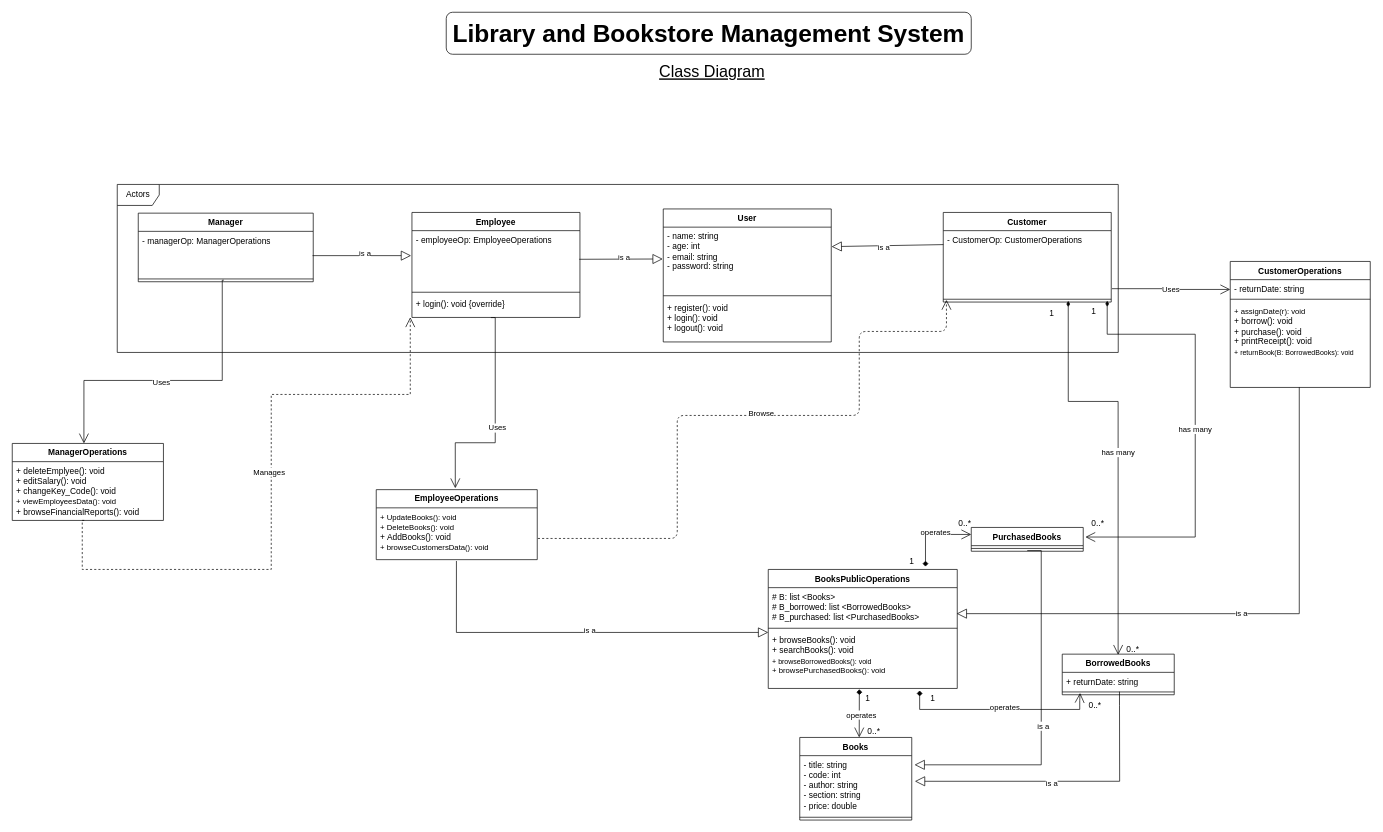
This is assets/UML (LBMS)5.drawio from Reda-Alqatifi/SWE-Project, a draw.io file, before an edit. Source tidied: cells renumbered, new cells numbered last; positions are measured from the earlier drawing's top-left corner, leaving out a move shared by most shapes. Both pictures are drawn from the tidied source at 70%, with x=0, y=0 at pixel (12, 12).
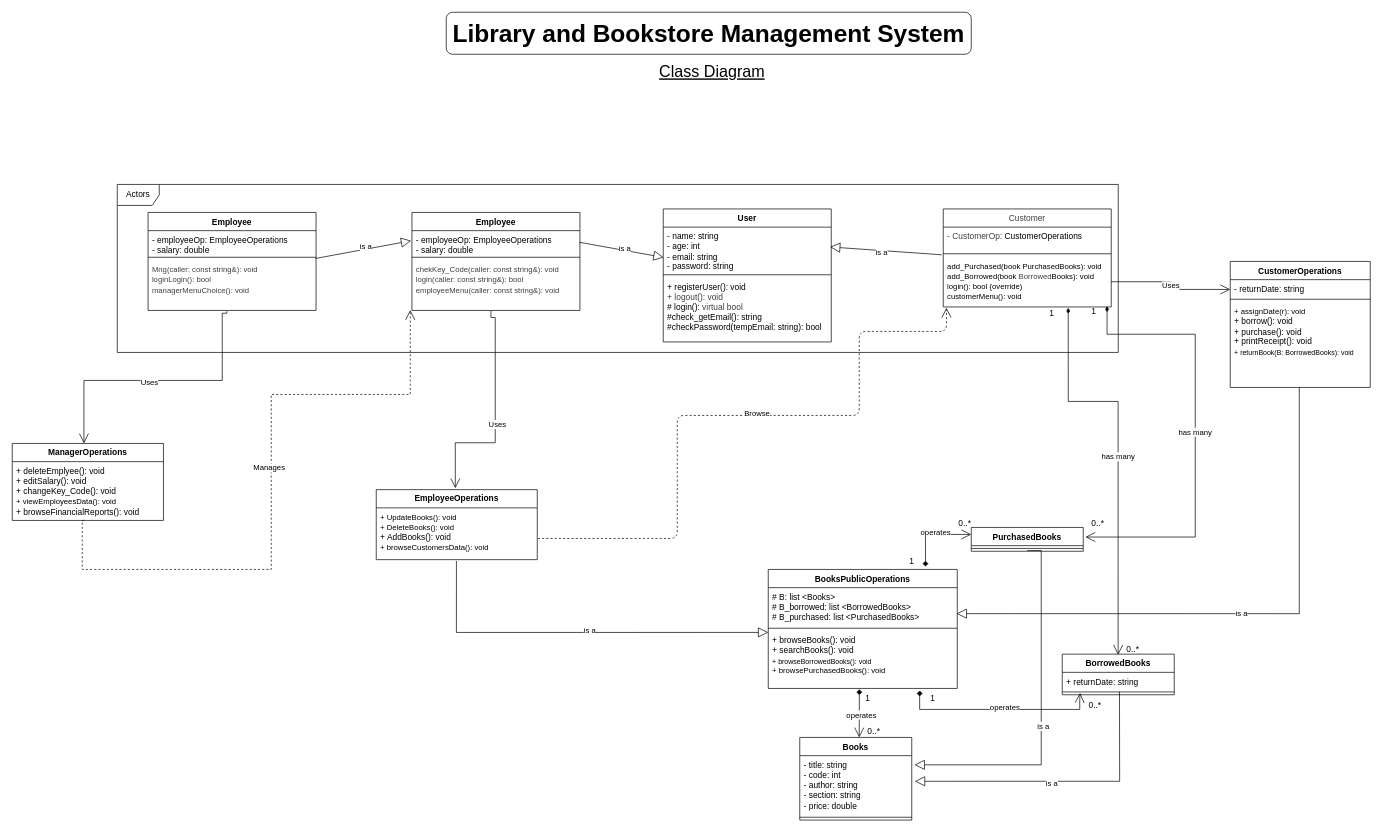
After the change.

Unchanged cells that the change refers to:
```xml
<mxCell id="4" value="User" style="swimlane;fontStyle=1;align=center;verticalAlign=top;horizontal=1;startSize=26;whiteSpace=wrap;html=1;" parent="1" vertex="1">
  <mxGeometry x="930" y="281" width="240" height="190" as="geometry" />
</mxCell>
<mxCell id="14" value="&lt;div&gt;&lt;font style=&quot;font-size: 11px;&quot;&gt;+ UpdateBooks(): void&lt;/font&gt;&lt;/div&gt;&lt;font style=&quot;font-size: 11px;&quot;&gt;+ DeleteBooks(): void&lt;/font&gt;&lt;div&gt;&lt;font style=&quot;font-size: 11px;&quot;&gt;&lt;span style=&quot;font-size: 12px;&quot;&gt;+ AddBooks(): void&lt;/span&gt;&lt;/font&gt;&lt;/div&gt;&lt;div&gt;&lt;font style=&quot;&quot;&gt;&lt;font style=&quot;font-size: 11px;&quot;&gt;+ browseCustomersData(): void&lt;/font&gt;&lt;span style=&quot;font-size: 12px;&quot;&gt;&lt;/span&gt;&lt;/font&gt;&lt;/div&gt;" style="text;strokeColor=none;fillColor=none;align=left;verticalAlign=top;spacingLeft=4;spacingRight=4;overflow=hidden;points=[[0,0.5],[1,0.5]];portConstraint=eastwest;whiteSpace=wrap;html=1;" parent="13" vertex="1">
  <mxGeometry y="26" width="230" height="74" as="geometry" />
</mxCell>
<mxCell id="24" value="&lt;span style=&quot;font-weight: 700;&quot;&gt;ManagerOperations&lt;/span&gt;" style="swimlane;fontStyle=0;horizontal=1;startSize=26;fillColor=none;whiteSpace=wrap;html=1;" parent="1" vertex="1">
  <mxGeometry y="616" width="216" height="110" as="geometry" />
</mxCell>
<mxCell id="28" value="PurchasedBooks" style="swimlane;fontStyle=1;align=center;verticalAlign=top;horizontal=1;startSize=26;whiteSpace=wrap;html=1;" parent="1" vertex="1">
  <mxGeometry x="1370" y="736" width="160" height="34" as="geometry" />
</mxCell>
<mxCell id="30" value="BorrowedBooks" style="swimlane;fontStyle=1;align=center;verticalAlign=top;horizontal=1;startSize=26;whiteSpace=wrap;html=1;" parent="1" vertex="1">
  <mxGeometry x="1500" y="917" width="160" height="58" as="geometry" />
</mxCell>
<mxCell id="40" value="- returnDate: string" style="text;strokeColor=none;fillColor=none;align=left;verticalAlign=top;spacingLeft=4;spacingRight=4;overflow=hidden;points=[[0,0.5],[1,0.5]];portConstraint=eastwest;whiteSpace=wrap;html=1;" parent="39" vertex="1">
  <mxGeometry y="26" width="200" height="24" as="geometry" />
</mxCell>
```

The edit, as a diff of the source:
```diff
@@
-<mxGraphModel>
+<mxGraphModel background="#FFFFFF">
@@
     <mxCell id="5" value="- name: string&lt;br&gt;&lt;div&gt;- age: int&lt;/div&gt;&lt;div&gt;- email: string&lt;/div&gt;&lt;div&gt;&lt;span style=&quot;background-color: transparent; color: light-dark(rgb(0, 0, 0), rgb(255, 255, 255));&quot;&gt;-&lt;/span&gt;&amp;nbsp;password: string&lt;/div&gt;" style="text;strokeColor=none;fillColor=none;align=left;verticalAlign=top;spacingLeft=4;spacingRight=4;overflow=hidden;points=[[0,0.5],[1,0.5]];portConstraint=eastwest;whiteSpace=wrap;html=1;" parent="4" vertex="1">
-      <mxGeometry y="26" width="240" height="94" as="geometry" />
+      <mxGeometry y="26" width="240" height="64" as="geometry" />
     </mxCell>
     <mxCell id="6" style="line;strokeWidth=1;fillColor=none;align=left;verticalAlign=middle;spacingTop=-1;spacingLeft=3;spacingRight=3;labelPosition=right;strokeColor=inherit;" parent="4" vertex="1">
-      <mxGeometry y="120" width="240" height="8" as="geometry" />
+      <mxGeometry y="90" width="240" height="8" as="geometry" />
     </mxCell>
-    <mxCell id="7" value="+ register(): void&lt;div&gt;+ login(): void&lt;/div&gt;&lt;div&gt;+ logout(): void&lt;/div&gt;" style="text;strokeColor=none;fillColor=none;align=left;verticalAlign=top;spacingLeft=4;spacingRight=4;overflow=hidden;whiteSpace=wrap;html=1;" parent="4" vertex="1">
-      <mxGeometry y="128" width="240" height="62" as="geometry" />
+    <mxCell id="7" value="+ registerUser(): void&lt;div&gt;&lt;span style=&quot;color: rgb(63, 63, 63);&quot;&gt;+ logout(): void&lt;/span&gt;&lt;/div&gt;&lt;div&gt;# login():&amp;nbsp;&lt;span style=&quot;color: rgb(63, 63, 63); background-color: transparent;&quot;&gt;virtual&lt;/span&gt;&lt;span style=&quot;color: rgb(63, 63, 63); background-color: transparent;&quot;&gt;&amp;nbsp;&lt;/span&gt;&lt;span style=&quot;color: rgb(63, 63, 63); background-color: transparent;&quot;&gt;bool&lt;/span&gt;&lt;/div&gt;&lt;div&gt;#check_getEmail(): string&lt;/div&gt;&lt;div&gt;#checkPassword(tempEmail: string): bool&lt;/div&gt;" style="text;strokeColor=none;fillColor=none;align=left;verticalAlign=top;spacingLeft=4;spacingRight=4;overflow=hidden;whiteSpace=wrap;html=1;" parent="4" vertex="1">
+      <mxGeometry y="98" width="240" height="92" as="geometry" />
     </mxCell>
     <mxCell id="8" value="Employee" style="swimlane;fontStyle=1;align=center;verticalAlign=top;horizontal=1;startSize=26;whiteSpace=wrap;html=1;" parent="1" vertex="1">
-      <mxGeometry x="571" y="286" width="240" height="150" as="geometry" />
+      <mxGeometry x="571" y="286" width="240" height="140" as="geometry" />
     </mxCell>
-    <mxCell id="9" value="&lt;div&gt;&lt;span style=&quot;background-color: transparent; color: light-dark(rgb(0, 0, 0), rgb(255, 255, 255));&quot;&gt;- employeeOp:&amp;nbsp;&lt;/span&gt;&lt;span style=&quot;background-color: transparent; color: light-dark(rgb(0, 0, 0), rgb(255, 255, 255)); text-align: center;&quot;&gt;EmployeeOperations&lt;/span&gt;&lt;/div&gt;" style="text;strokeColor=none;fillColor=none;align=left;verticalAlign=top;spacingLeft=4;spacingRight=4;overflow=hidden;points=[[0,0.5],[1,0.5]];portConstraint=eastwest;whiteSpace=wrap;html=1;" parent="8" vertex="1">
-      <mxGeometry y="26" width="240" height="84" as="geometry" />
+    <mxCell id="9" value="&lt;div&gt;&lt;span style=&quot;background-color: transparent; color: light-dark(rgb(0, 0, 0), rgb(255, 255, 255));&quot;&gt;- employeeOp:&amp;nbsp;&lt;/span&gt;&lt;span style=&quot;background-color: transparent; color: light-dark(rgb(0, 0, 0), rgb(255, 255, 255)); text-align: center;&quot;&gt;EmployeeOperations&lt;/span&gt;&lt;/div&gt;&lt;div&gt;&lt;span style=&quot;background-color: transparent; color: light-dark(rgb(0, 0, 0), rgb(255, 255, 255)); text-align: center;&quot;&gt;- salary: double&lt;/span&gt;&lt;/div&gt;" style="text;strokeColor=none;fillColor=none;align=left;verticalAlign=top;spacingLeft=4;spacingRight=4;overflow=hidden;points=[[0,0.5],[1,0.5]];portConstraint=eastwest;whiteSpace=wrap;html=1;" parent="8" vertex="1">
+      <mxGeometry y="26" width="240" height="34" as="geometry" />
     </mxCell>
     <mxCell id="10" style="line;strokeWidth=1;fillColor=none;align=left;verticalAlign=middle;spacingTop=-1;spacingLeft=3;spacingRight=3;labelPosition=right;strokeColor=inherit;" parent="8" vertex="1">
-      <mxGeometry y="110" width="240" height="8" as="geometry" />
+      <mxGeometry y="60" width="240" height="8" as="geometry" />
     </mxCell>
-    <mxCell id="11" value="&lt;div&gt;+ login(): void {override}&lt;/div&gt;" style="text;strokeColor=none;fillColor=none;align=left;verticalAlign=top;spacingLeft=4;spacingRight=4;overflow=hidden;points=[[0,0.5],[1,0.5]];portConstraint=eastwest;whiteSpace=wrap;html=1;" parent="8" vertex="1">
-      <mxGeometry y="118" width="240" height="32" as="geometry" />
+    <mxCell id="11" value="&lt;div style=&quot;color: rgb(63, 63, 63); scrollbar-color: rgb(226, 226, 226) rgb(251, 251, 251);&quot;&gt;&lt;font style=&quot;color: rgb(63, 63, 63); scrollbar-color: rgb(226, 226, 226) rgb(251, 251, 251); font-size: 11px;&quot;&gt;chekKey_Code(caller: const string&amp;amp;): void&lt;/font&gt;&lt;/div&gt;&lt;div style=&quot;color: rgb(63, 63, 63); scrollbar-color: rgb(226, 226, 226) rgb(251, 251, 251);&quot;&gt;&lt;font style=&quot;color: rgb(63, 63, 63); scrollbar-color: rgb(226, 226, 226) rgb(251, 251, 251); font-size: 11px;&quot;&gt;login(&lt;/font&gt;&lt;span style=&quot;color: rgb(63, 63, 63); font-size: 11px; background-color: transparent;&quot;&gt;caller: const string&amp;amp;&lt;/span&gt;&lt;span style=&quot;font-size: 11px; background-color: transparent;&quot;&gt;): bool&lt;/span&gt;&lt;/div&gt;&lt;div style=&quot;color: rgb(63, 63, 63); scrollbar-color: rgb(226, 226, 226) rgb(251, 251, 251);&quot;&gt;&lt;font style=&quot;color: rgb(63, 63, 63); scrollbar-color: rgb(226, 226, 226) rgb(251, 251, 251); font-size: 11px;&quot;&gt;employeeMenu(&lt;/font&gt;&lt;span style=&quot;color: rgb(63, 63, 63); font-size: 11px; background-color: transparent;&quot;&gt;caller: const string&amp;amp;&lt;/span&gt;&lt;span style=&quot;font-size: 11px; background-color: transparent;&quot;&gt;): void&lt;/span&gt;&lt;/div&gt;" style="text;strokeColor=none;fillColor=none;align=left;verticalAlign=top;spacingLeft=4;spacingRight=4;overflow=hidden;points=[[0,0.5],[1,0.5]];portConstraint=eastwest;whiteSpace=wrap;html=1;" parent="8" vertex="1">
+      <mxGeometry y="68" width="240" height="72" as="geometry" />
     </mxCell>
-    <mxCell id="12" value="is a" style="endArrow=block;endSize=12;html=1;rounded=0;exitX=0.996;exitY=0.487;exitDx=0;exitDy=0;exitPerimeter=0;endFill=0;entryX=-0.003;entryY=0.484;entryDx=0;entryDy=0;entryPerimeter=0;" parent="1" edge="1" source="9" target="5">
+    <mxCell id="12" value="is a" style="endArrow=block;endSize=12;html=1;rounded=0;exitX=0.996;exitY=0.487;exitDx=0;exitDy=0;exitPerimeter=0;endFill=0;entryX=0.002;entryY=0.676;entryDx=0;entryDy=0;entryPerimeter=0;" parent="1" edge="1" source="9" target="5">
       <mxGeometry x="0.07" y="3" relative="1" as="geometry" />
     </mxCell>
@@
-    <mxCell id="15" value="is a" style="endArrow=block;endSize=12;html=1;rounded=0;exitX=0.996;exitY=0.542;exitDx=0;exitDy=0;exitPerimeter=0;endFill=0;entryX=-0.005;entryY=0.425;entryDx=0;entryDy=0;entryPerimeter=0;" parent="1" edge="1" source="22" target="9">
+    <mxCell id="15" value="is a" style="endArrow=block;endSize=12;html=1;rounded=0;exitX=0.997;exitY=0.715;exitDx=0;exitDy=0;exitPerimeter=0;endFill=0;entryX=-0.005;entryY=0.425;entryDx=0;entryDy=0;entryPerimeter=0;" parent="1" edge="1" source="70" target="9">
       <mxGeometry x="0.07" y="3" relative="1" as="geometry" />
     </mxCell>
@@
-    <mxCell id="17" value="Customer" style="swimlane;fontStyle=1;align=center;verticalAlign=top;horizontal=1;startSize=26;whiteSpace=wrap;html=1;" parent="1" vertex="1">
-      <mxGeometry x="1330" y="286" width="240" height="128" as="geometry" />
-    </mxCell>
-    <mxCell id="18" value="&lt;div&gt;- CustomerOp:&amp;nbsp;&lt;span style=&quot;text-align: center; background-color: transparent; color: light-dark(rgb(0, 0, 0), rgb(255, 255, 255));&quot;&gt;CustomerOperations&lt;/span&gt;&lt;/div&gt;" style="text;strokeColor=none;fillColor=none;align=left;verticalAlign=top;spacingLeft=4;spacingRight=4;overflow=hidden;points=[[0,0.5],[1,0.5]];portConstraint=eastwest;whiteSpace=wrap;html=1;" parent="17" vertex="1">
-      <mxGeometry y="26" width="240" height="94" as="geometry" />
-    </mxCell>
-    <mxCell id="19" style="line;strokeWidth=1;fillColor=none;align=left;verticalAlign=middle;spacingTop=-1;spacingLeft=3;spacingRight=3;labelPosition=right;points=[];portConstraint=eastwest;strokeColor=inherit;" parent="17" vertex="1">
-      <mxGeometry y="120" width="240" height="8" as="geometry" />
-    </mxCell>
-    <mxCell id="20" value="is a" style="endArrow=block;endSize=12;html=1;rounded=0;exitX=0.001;exitY=0.212;exitDx=0;exitDy=0;exitPerimeter=0;endFill=0;entryX=1.002;entryY=0.296;entryDx=0;entryDy=0;entryPerimeter=0;" parent="1" edge="1" source="18" target="5">
+    <mxCell id="20" value="is a" style="endArrow=block;endSize=12;html=1;rounded=0;exitX=-0.009;exitY=-0.035;exitDx=0;exitDy=0;exitPerimeter=0;endFill=0;entryX=0.993;entryY=0.442;entryDx=0;entryDy=0;entryPerimeter=0;" parent="1" edge="1" source="67" target="5">
       <mxGeometry x="0.07" y="3" relative="1" as="geometry" />
     </mxCell>
-    <mxCell id="21" value="Manager" style="swimlane;fontStyle=1;align=center;verticalAlign=top;horizontal=1;startSize=26;whiteSpace=wrap;html=1;" parent="1" vertex="1">
-      <mxGeometry x="180" y="287" width="250" height="98" as="geometry" />
-    </mxCell>
-    <mxCell id="22" value="- managerOp:&amp;nbsp;&lt;span style=&quot;text-align: center;&quot;&gt;ManagerOperations&lt;/span&gt;" style="text;strokeColor=none;fillColor=none;align=left;verticalAlign=top;spacingLeft=4;spacingRight=4;overflow=hidden;points=[[0,0.5],[1,0.5]];portConstraint=eastwest;whiteSpace=wrap;html=1;" parent="21" vertex="1">
-      <mxGeometry y="26" width="250" height="64" as="geometry" />
-    </mxCell>
-    <mxCell id="23" style="line;strokeWidth=1;fillColor=none;align=left;verticalAlign=middle;spacingTop=-1;spacingLeft=3;spacingRight=3;labelPosition=right;points=[];portConstraint=eastwest;strokeColor=inherit;" parent="21" vertex="1">
-      <mxGeometry y="90" width="250" height="8" as="geometry" />
-    </mxCell>
@@
-    <mxCell id="26" value="Uses" style="endArrow=open;endSize=12;html=1;rounded=0;entryX=0.474;entryY=0;entryDx=0;entryDy=0;entryPerimeter=0;exitX=0.489;exitY=0.722;exitDx=0;exitDy=0;exitPerimeter=0;edgeStyle=orthogonalEdgeStyle;" parent="1" edge="1" source="23" target="24">
+    <mxCell id="26" value="Uses" style="endArrow=open;endSize=12;html=1;rounded=0;entryX=0.474;entryY=0;entryDx=0;entryDy=0;entryPerimeter=0;exitX=0.469;exitY=1.014;exitDx=0;exitDy=0;exitPerimeter=0;edgeStyle=orthogonalEdgeStyle;" parent="1" edge="1" source="71" target="24">
       <mxGeometry x="0.07" y="3" relative="1" as="geometry">
         <Array as="points">
-          <mxPoint x="300" y="383" />
+          <mxPoint x="307" y="430" />
+          <mxPoint x="300" y="430" />
           <mxPoint x="300" y="526" />
           <mxPoint x="102" y="526" />
-          <mxPoint x="102" y="616" />
         </Array>
       </mxGeometry>
     </mxCell>
@@
-    <mxCell id="35" value="Browse" style="endArrow=open;endSize=12;html=1;rounded=1;dashed=1;exitX=1.004;exitY=0.591;exitDx=0;exitDy=0;exitPerimeter=0;edgeStyle=orthogonalEdgeStyle;entryX=0.019;entryY=0.612;entryDx=0;entryDy=0;entryPerimeter=0;" parent="1" edge="1" source="14" target="19">
+    <mxCell id="35" value="Browse" style="endArrow=open;endSize=12;html=1;rounded=1;dashed=1;exitX=1.004;exitY=0.591;exitDx=0;exitDy=0;exitPerimeter=0;edgeStyle=orthogonalEdgeStyle;entryX=0.019;entryY=1.016;entryDx=0;entryDy=0;entryPerimeter=0;" parent="1" edge="1" source="14" target="67">
       <mxGeometry x="0.07" y="3" relative="1" as="geometry">
         <Array as="points">
           <mxPoint x="950" y="752" />
           <mxPoint x="950" y="576" />
           <mxPoint x="1210" y="576" />
           <mxPoint x="1210" y="456" />
           <mxPoint x="1335" y="456" />
         </Array>
       </mxGeometry>
     </mxCell>
@@
-    <mxCell id="37" value="has many" style="endArrow=open;endSize=12;html=1;rounded=0;edgeStyle=orthogonalEdgeStyle;exitX=0.744;exitY=0.797;exitDx=0;exitDy=0;exitPerimeter=0;entryX=0.499;entryY=0.017;entryDx=0;entryDy=0;entryPerimeter=0;startArrow=diamondThin;startFill=1;" parent="1" edge="1" source="19" target="30">
+    <mxCell id="37" value="has many" style="endArrow=open;endSize=12;html=1;rounded=0;edgeStyle=orthogonalEdgeStyle;exitX=0.744;exitY=1.016;exitDx=0;exitDy=0;exitPerimeter=0;entryX=0.499;entryY=0.017;entryDx=0;entryDy=0;entryPerimeter=0;startArrow=diamondThin;startFill=1;" parent="1" edge="1" source="67" target="30">
       <mxGeometry relative="1" as="geometry">
         <Array as="points">
           <mxPoint x="1509" y="556" />
           <mxPoint x="1580" y="556" />
         </Array>
       </mxGeometry>
     </mxCell>
-    <mxCell id="38" value="has many" style="endArrow=open;endSize=12;html=1;rounded=0;edgeStyle=orthogonalEdgeStyle;startArrow=diamondThin;startFill=1;entryX=1.019;entryY=0.403;entryDx=0;entryDy=0;entryPerimeter=0;exitX=0.976;exitY=0.76;exitDx=0;exitDy=0;exitPerimeter=0;" parent="1" edge="1" source="19" target="28">
+    <mxCell id="38" value="has many" style="endArrow=open;endSize=12;html=1;rounded=0;edgeStyle=orthogonalEdgeStyle;startArrow=diamondThin;startFill=1;entryX=1.019;entryY=0.403;entryDx=0;entryDy=0;entryPerimeter=0;exitX=0.975;exitY=0.984;exitDx=0;exitDy=0;exitPerimeter=0;" parent="1" edge="1" source="67" target="28">
       <mxGeometry relative="1" as="geometry">
         <Array as="points">
           <mxPoint x="1564" y="460" />
           <mxPoint x="1690" y="460" />
           <mxPoint x="1690" y="750" />
         </Array>
       </mxGeometry>
     </mxCell>
@@
-    <mxCell id="43" value="Uses" style="endArrow=open;endSize=12;html=1;rounded=0;edgeStyle=orthogonalEdgeStyle;exitX=1.004;exitY=0.882;exitDx=0;exitDy=0;exitPerimeter=0;entryX=0;entryY=0.583;entryDx=0;entryDy=0;entryPerimeter=0;" parent="1" edge="1" source="18" target="40">
+    <mxCell id="43" value="Uses" style="endArrow=open;endSize=12;html=1;rounded=0;edgeStyle=orthogonalEdgeStyle;exitX=0.999;exitY=0.5;exitDx=0;exitDy=0;exitPerimeter=0;entryX=0;entryY=0.583;entryDx=0;entryDy=0;entryPerimeter=0;" parent="1" edge="1" source="67" target="40">
       <mxGeometry relative="1" as="geometry" />
     </mxCell>
@@
+    <mxCell id="17" value="&lt;span style=&quot;color: rgb(63, 63, 63); font-weight: 400;&quot;&gt;Customer&lt;/span&gt;" style="swimlane;fontStyle=1;align=center;verticalAlign=top;horizontal=1;startSize=26;whiteSpace=wrap;html=1;" parent="1" vertex="1">
+      <mxGeometry x="1330" y="281" width="240" height="140" as="geometry" />
+    </mxCell>
+    <mxCell id="18" value="&lt;span style=&quot;color: rgb(63, 63, 63);&quot;&gt;- CustomerOp:&amp;nbsp;&lt;/span&gt;&lt;span style=&quot;scrollbar-color: rgb(226, 226, 226) rgb(251, 251, 251); background-color: transparent; text-align: center;&quot;&gt;CustomerOperations&lt;/span&gt;" style="text;strokeColor=none;fillColor=none;align=left;verticalAlign=top;spacingLeft=4;spacingRight=4;overflow=hidden;points=[[0,0.5],[1,0.5]];portConstraint=eastwest;whiteSpace=wrap;html=1;" parent="17" vertex="1">
+      <mxGeometry y="26" width="240" height="34" as="geometry" />
+    </mxCell>
+    <mxCell id="66" style="line;strokeWidth=1;fillColor=none;align=left;verticalAlign=middle;spacingTop=-1;spacingLeft=3;spacingRight=3;labelPosition=right;strokeColor=inherit;" parent="17" vertex="1">
+      <mxGeometry y="60" width="240" height="8" as="geometry" />
+    </mxCell>
+    <mxCell id="67" value="&lt;div&gt;&lt;font style=&quot;font-size: 11px;&quot;&gt;add_Purchased(book PurchasedBooks): void&lt;/font&gt;&lt;/div&gt;&lt;div&gt;&lt;font style=&quot;font-size: 11px;&quot;&gt;add_Borrowed(book&amp;nbsp;&lt;span style=&quot;color: rgb(63, 63, 63);&quot;&gt;Borrowed&lt;/span&gt;Books): void&lt;br&gt;login(): bool {override)&lt;/font&gt;&lt;/div&gt;&lt;div&gt;&lt;font style=&quot;font-size: 11px;&quot;&gt;customerMenu(): void&lt;/font&gt;&lt;/div&gt;" style="text;strokeColor=none;fillColor=none;align=left;verticalAlign=top;spacingLeft=4;spacingRight=4;overflow=hidden;points=[[0,0.5],[1,0.5]];portConstraint=eastwest;whiteSpace=wrap;html=1;" parent="17" vertex="1">
+      <mxGeometry y="68" width="240" height="72" as="geometry" />
+    </mxCell>
+    <mxCell id="68" value="Employee" style="swimlane;fontStyle=1;align=center;verticalAlign=top;horizontal=1;startSize=26;whiteSpace=wrap;html=1;" parent="1" vertex="1">
+      <mxGeometry x="194" y="286" width="240" height="140" as="geometry" />
+    </mxCell>
+    <mxCell id="69" value="&lt;div&gt;&lt;span style=&quot;background-color: transparent; color: light-dark(rgb(0, 0, 0), rgb(255, 255, 255));&quot;&gt;- employeeOp:&amp;nbsp;&lt;/span&gt;&lt;span style=&quot;background-color: transparent; color: light-dark(rgb(0, 0, 0), rgb(255, 255, 255)); text-align: center;&quot;&gt;EmployeeOperations&lt;/span&gt;&lt;/div&gt;&lt;div&gt;&lt;span style=&quot;background-color: transparent; color: light-dark(rgb(0, 0, 0), rgb(255, 255, 255)); text-align: center;&quot;&gt;- salary: double&lt;/span&gt;&lt;/div&gt;" style="text;strokeColor=none;fillColor=none;align=left;verticalAlign=top;spacingLeft=4;spacingRight=4;overflow=hidden;whiteSpace=wrap;html=1;" parent="68" vertex="1">
+      <mxGeometry y="26" width="240" height="34" as="geometry" />
+    </mxCell>
+    <mxCell id="70" style="line;strokeWidth=1;fillColor=none;align=left;verticalAlign=middle;spacingTop=-1;spacingLeft=3;spacingRight=3;labelPosition=right;points=[];portConstraint=eastwest;strokeColor=inherit;" parent="68" vertex="1">
+      <mxGeometry y="60" width="240" height="8" as="geometry" />
+    </mxCell>
+    <mxCell id="71" value="&lt;div style=&quot;color: rgb(63, 63, 63); scrollbar-color: rgb(226, 226, 226) rgb(251, 251, 251);&quot;&gt;&lt;font style=&quot;color: rgb(63, 63, 63); scrollbar-color: rgb(226, 226, 226) rgb(251, 251, 251); font-size: 11px;&quot;&gt;Mng(caller: const string&amp;amp;): void&lt;/font&gt;&lt;/div&gt;&lt;div style=&quot;color: rgb(63, 63, 63); scrollbar-color: rgb(226, 226, 226) rgb(251, 251, 251);&quot;&gt;&lt;font style=&quot;color: rgb(63, 63, 63); scrollbar-color: rgb(226, 226, 226) rgb(251, 251, 251); font-size: 11px;&quot;&gt;loginLogin(&lt;/font&gt;&lt;span style=&quot;font-size: 11px; background-color: transparent;&quot;&gt;): bool&lt;/span&gt;&lt;/div&gt;&lt;div style=&quot;color: rgb(63, 63, 63); scrollbar-color: rgb(226, 226, 226) rgb(251, 251, 251);&quot;&gt;&lt;font style=&quot;color: rgb(63, 63, 63); scrollbar-color: rgb(226, 226, 226) rgb(251, 251, 251); font-size: 11px;&quot;&gt;managerMenuChoice(&lt;/font&gt;&lt;span style=&quot;font-size: 11px; background-color: transparent;&quot;&gt;): void&lt;/span&gt;&lt;/div&gt;" style="text;strokeColor=none;fillColor=none;align=left;verticalAlign=top;spacingLeft=4;spacingRight=4;overflow=hidden;points=[[0,0.5],[1,0.5]];portConstraint=eastwest;whiteSpace=wrap;html=1;" parent="68" vertex="1">
+      <mxGeometry y="68" width="240" height="72" as="geometry" />
+    </mxCell>
```
